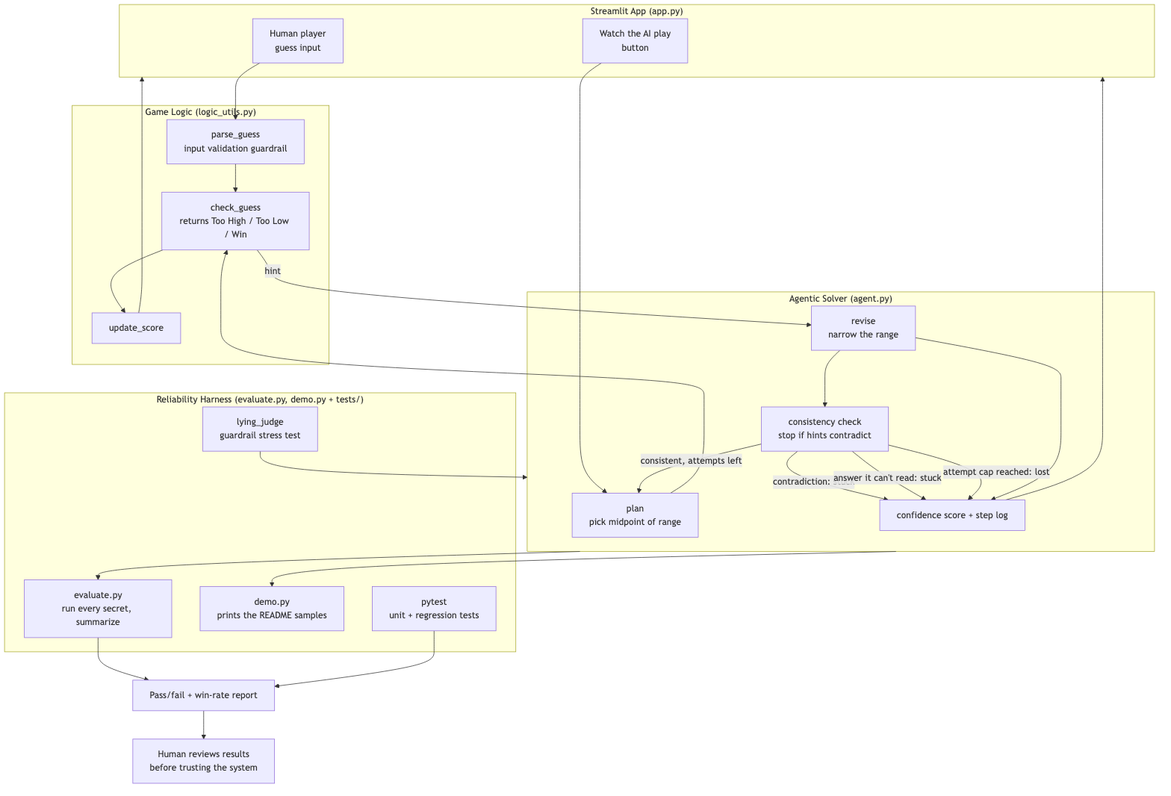
Above: assets/architecture.png in SufiyanRauf/applied-ai-system-project (Mermaid), before the change. Its source is kept beside it as diagrams/architecture.mmd. The source it was exported from:
```mermaid
flowchart TD
    subgraph UI["Streamlit App (app.py)"]
        human["Human player<br/>guess input"]
        watch["Watch the AI play<br/>button"]
    end

    subgraph Logic["Game Logic (logic_utils.py)"]
        parse["parse_guess<br/>input validation guardrail"]
        judge["check_guess<br/>returns Too High / Too Low / Win"]
        score["update_score"]
    end

    subgraph Agent["Agentic Solver (agent.py)"]
        plan["plan<br/>pick midpoint of range"]
        revise["revise<br/>narrow the range"]
        guardrail["consistency check<br/>stop if hints contradict"]
        conf["confidence score + step log"]
    end

    subgraph Eval["Reliability Harness (evaluate.py, demo.py + tests/)"]
        harness["evaluate.py<br/>run every secret, summarize"]
        lie["lying_judge<br/>guardrail stress test"]
        demo["demo.py<br/>prints the README samples"]
        pytest["pytest<br/>unit + regression tests"]
    end

    human --> parse --> judge --> score --> UI
    watch --> plan
    plan --> judge
    judge -->|hint| revise
    revise --> guardrail
    guardrail -->|consistent, attempts left| plan
    guardrail -->|contradiction: stuck| conf
    guardrail -->|answer it can't read: stuck| conf
    guardrail -->|attempt cap reached: lost| conf
    revise --> conf
    conf --> UI

    Agent --> harness
    Agent --> demo
    lie --> Agent
    harness --> report["Pass/fail + win-rate report"]
    pytest --> report
    report --> review["Human reviews results<br/>before trusting the system"]
```
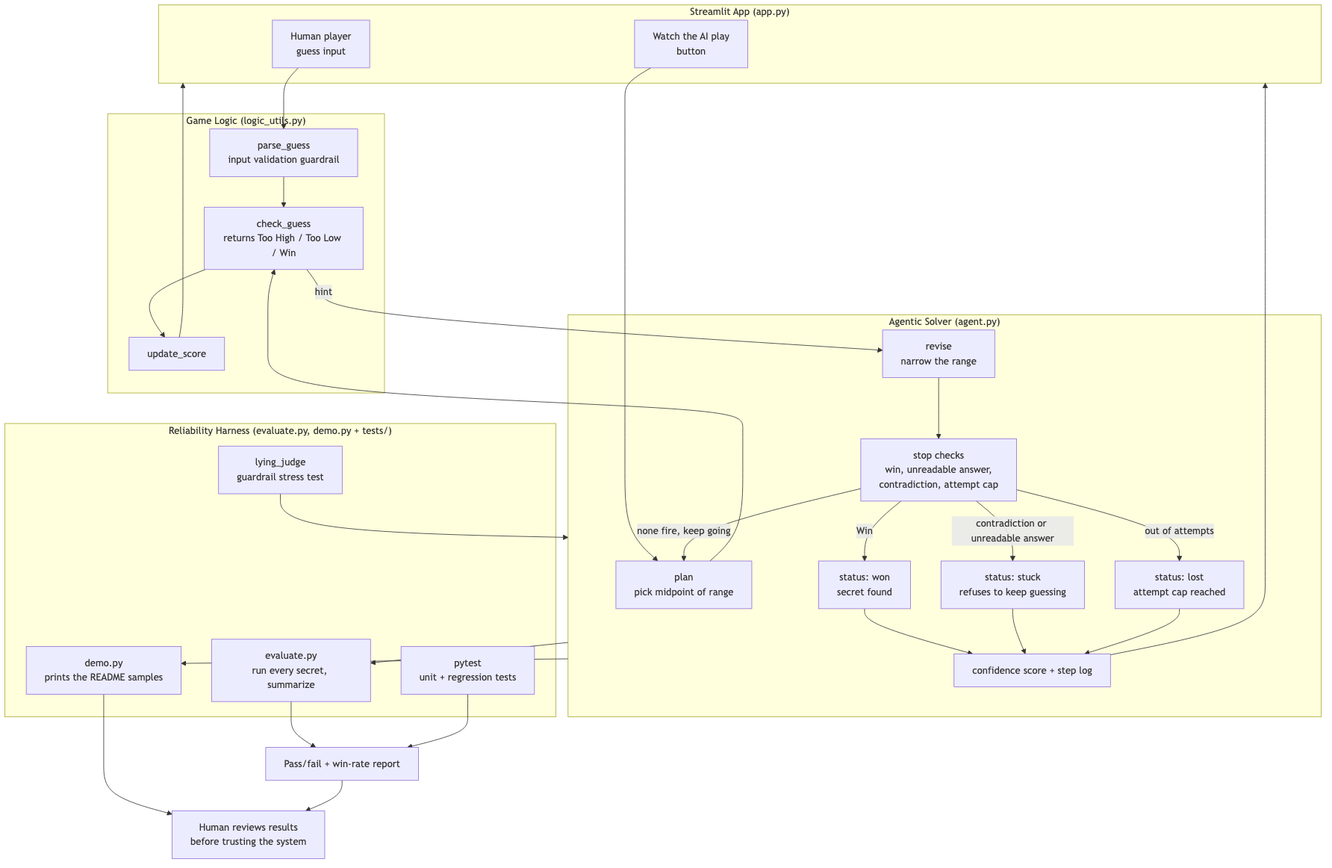
Above is the later version.

Commit message:
Harden agent stop conditions and expand tests

Change to the diagram source:
```diff
@@ -13,7 +13,10 @@
     subgraph Agent["Agentic Solver (agent.py)"]
         plan["plan<br/>pick midpoint of range"]
         revise["revise<br/>narrow the range"]
-        guardrail["consistency check<br/>stop if hints contradict"]
+        guardrail["stop checks<br/>win, unreadable answer,<br/>contradiction, attempt cap"]
+        won["status: won<br/>secret found"]
+        stuck["status: stuck<br/>refuses to keep guessing"]
+        lost["status: lost<br/>attempt cap reached"]
         conf["confidence score + step log"]
     end
 
@@ -29,16 +32,19 @@
     plan --> judge
     judge -->|hint| revise
     revise --> guardrail
-    guardrail -->|consistent, attempts left| plan
-    guardrail -->|contradiction: stuck| conf
-    guardrail -->|answer it can't read: stuck| conf
-    guardrail -->|attempt cap reached: lost| conf
-    revise --> conf
+    guardrail -->|none fire, keep going| plan
+    guardrail -->|Win| won
+    guardrail -->|contradiction or unreadable answer| stuck
+    guardrail -->|out of attempts| lost
+    won --> conf
+    stuck --> conf
+    lost --> conf
     conf --> UI
 
     Agent --> harness
     Agent --> demo
     lie --> Agent
     harness --> report["Pass/fail + win-rate report"]
+    demo --> review
     pytest --> report
     report --> review["Human reviews results<br/>before trusting the system"]
```
